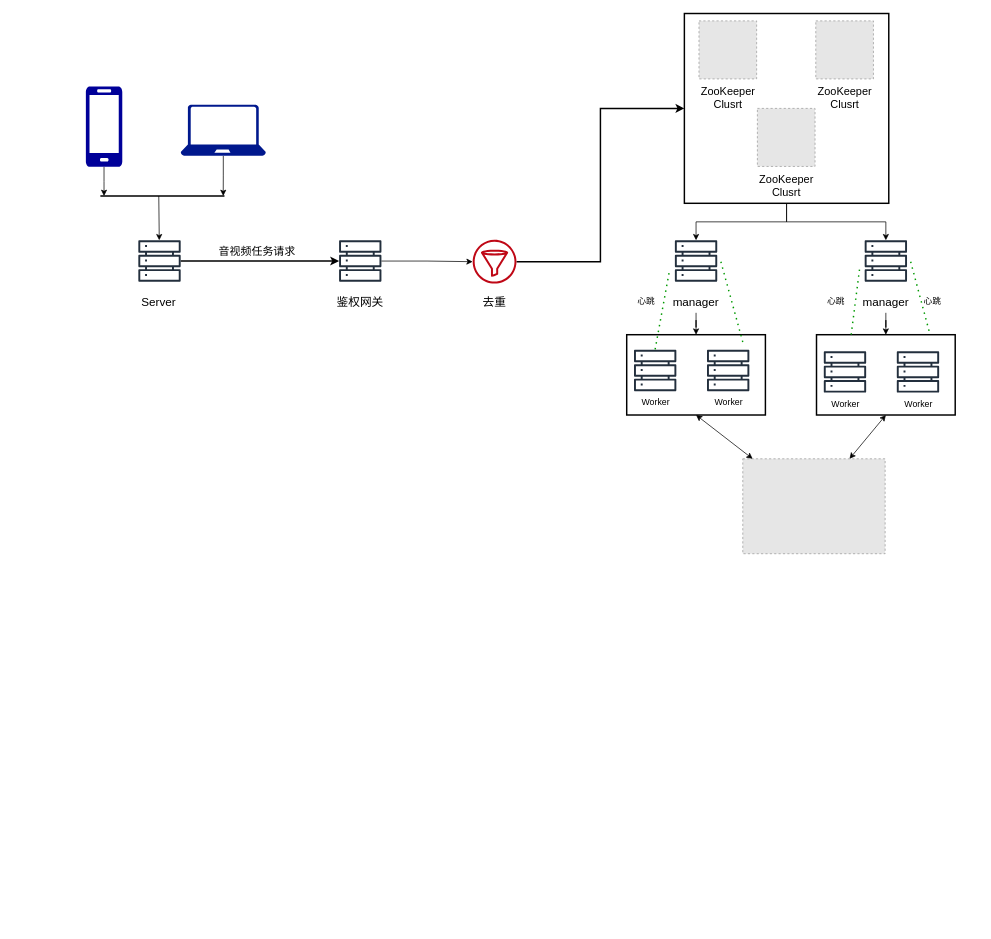
Earlier version of the draw.io diagram 未命名绘图.drawio (Chuhan1112/Chuhan1112.github.io). Source tidied: cells renumbered, new cells numbered last; positions are measured from the earlier drawing's top-left corner, leaving out a move shared by most shapes. Both pictures are drawn from the tidied source at 73%, with x=0, y=0 at pixel (85, 13). Pictures stored in the file or linked from it are replaced by grey dashed boxes.
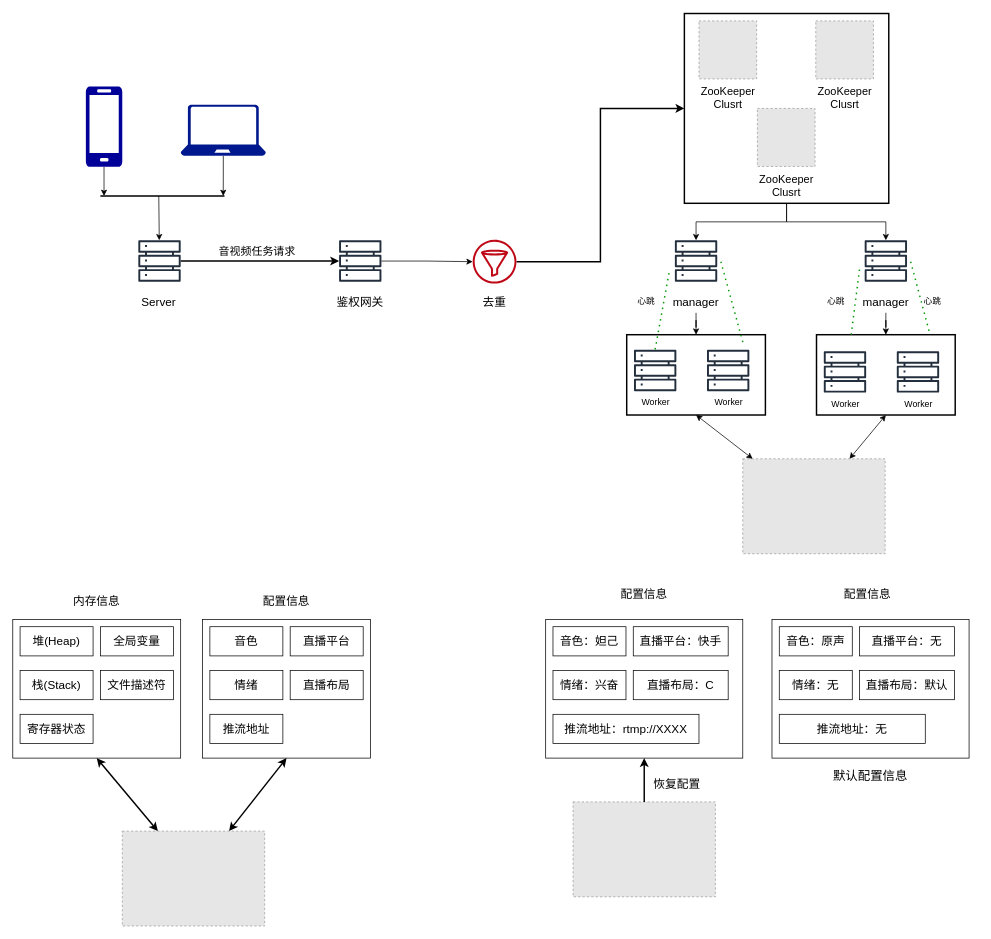
The same diagram, later.

Commit message:
更新未命名绘图.drawio

Diff of the diagram source:
```diff
@@
+    <mxCell id="66" value="&lt;font style=&quot;font-size: 16px;&quot;&gt;内存信息&lt;/font&gt;" style="text;html=1;strokeColor=none;fillColor=none;align=center;verticalAlign=middle;whiteSpace=wrap;rounded=0;" parent="1" vertex="1">
+      <mxGeometry x="-25" y="790" width="80" height="30" as="geometry" />
+    </mxCell>
+    <mxCell id="67" value="&lt;font style=&quot;font-size: 16px;&quot;&gt;配置信息&lt;/font&gt;" style="text;html=1;strokeColor=none;fillColor=none;align=center;verticalAlign=middle;whiteSpace=wrap;rounded=0;" parent="1" vertex="1">
+      <mxGeometry x="235" y="790" width="80" height="30" as="geometry" />
+    </mxCell>
+    <mxCell id="68" style="rounded=0;whiteSpace=wrap;html=1;" parent="1" vertex="1">
+      <mxGeometry x="-100" y="830" width="230" height="190" as="geometry" />
+    </mxCell>
+    <mxCell id="69" value="&lt;font style=&quot;font-size: 16px;&quot;&gt;堆(Heap)&lt;/font&gt;" style="rounded=0;whiteSpace=wrap;html=1;" parent="1" vertex="1">
+      <mxGeometry x="-90" y="840" width="100" height="40" as="geometry" />
+    </mxCell>
+    <mxCell id="70" value="&lt;span style=&quot;font-size: 16px;&quot;&gt;栈(Stack)&lt;/span&gt;" style="rounded=0;whiteSpace=wrap;html=1;" parent="1" vertex="1">
+      <mxGeometry x="-90" y="900" width="100" height="40" as="geometry" />
+    </mxCell>
+    <mxCell id="71" value="&lt;span style=&quot;font-size: 16px;&quot;&gt;寄存器状态&lt;/span&gt;" style="rounded=0;whiteSpace=wrap;html=1;" parent="1" vertex="1">
+      <mxGeometry x="-90" y="960" width="100" height="40" as="geometry" />
+    </mxCell>
+    <mxCell id="72" value="&lt;font style=&quot;font-size: 16px;&quot;&gt;全局变量&lt;/font&gt;" style="rounded=0;whiteSpace=wrap;html=1;" parent="1" vertex="1">
+      <mxGeometry x="20" y="840" width="100" height="40" as="geometry" />
+    </mxCell>
+    <mxCell id="73" value="&lt;font style=&quot;font-size: 16px;&quot;&gt;文件描述符&lt;/font&gt;" style="rounded=0;whiteSpace=wrap;html=1;" parent="1" vertex="1">
+      <mxGeometry x="20" y="900" width="100" height="40" as="geometry" />
+    </mxCell>
+    <mxCell id="74" style="rounded=0;whiteSpace=wrap;html=1;" parent="1" vertex="1">
+      <mxGeometry x="160" y="830" width="230" height="190" as="geometry" />
+    </mxCell>
+    <mxCell id="75" value="&lt;font style=&quot;font-size: 16px;&quot;&gt;音色&lt;/font&gt;" style="rounded=0;whiteSpace=wrap;html=1;" parent="1" vertex="1">
+      <mxGeometry x="170" y="840" width="100" height="40" as="geometry" />
+    </mxCell>
+    <mxCell id="76" value="&lt;span style=&quot;font-size: 16px;&quot;&gt;情绪&lt;/span&gt;" style="rounded=0;whiteSpace=wrap;html=1;" parent="1" vertex="1">
+      <mxGeometry x="170" y="900" width="100" height="40" as="geometry" />
+    </mxCell>
+    <mxCell id="77" value="&lt;span style=&quot;font-size: 16px;&quot;&gt;推流地址&lt;/span&gt;" style="rounded=0;whiteSpace=wrap;html=1;" parent="1" vertex="1">
+      <mxGeometry x="170" y="960" width="100" height="40" as="geometry" />
+    </mxCell>
+    <mxCell id="78" value="&lt;font style=&quot;font-size: 16px;&quot;&gt;直播平台&lt;/font&gt;" style="rounded=0;whiteSpace=wrap;html=1;" parent="1" vertex="1">
+      <mxGeometry x="280" y="840" width="100" height="40" as="geometry" />
+    </mxCell>
+    <mxCell id="79" value="&lt;font style=&quot;font-size: 16px;&quot;&gt;直播布局&lt;/font&gt;" style="rounded=0;whiteSpace=wrap;html=1;" parent="1" vertex="1">
+      <mxGeometry x="280" y="900" width="100" height="40" as="geometry" />
+    </mxCell>
+    <mxCell id="80" style="fillColor=#E6E6E6;strokeColor=#999999;dashed=1;verticalLabelPosition=bottom;labelBackgroundColor=default;verticalAlign=top;" parent="1" vertex="1">
+      <mxGeometry x="50" y="1120" width="195" height="130" as="geometry" />
+    </mxCell>
+    <mxCell id="81" style="endArrow=classic;startArrow=classic;html=1;rounded=0;exitX=0.25;exitY=0;exitDx=0;exitDy=0;entryX=0.5;entryY=1;entryDx=0;entryDy=0;strokeWidth=2;" parent="1" edge="1" source="80" target="68">
+      <mxGeometry relative="1" as="geometry" />
+    </mxCell>
+    <mxCell id="82" style="endArrow=classic;startArrow=classic;html=1;rounded=0;exitX=0.75;exitY=0;exitDx=0;exitDy=0;entryX=0.5;entryY=1;entryDx=0;entryDy=0;strokeWidth=2;" parent="1" edge="1" source="80" target="74">
+      <mxGeometry relative="1" as="geometry" />
+    </mxCell>
+    <mxCell id="83" value="&lt;font style=&quot;font-size: 16px;&quot;&gt;配置信息&lt;/font&gt;" style="text;html=1;strokeColor=none;fillColor=none;align=center;verticalAlign=middle;whiteSpace=wrap;rounded=0;" parent="1" vertex="1">
+      <mxGeometry x="725" y="780" width="80" height="30" as="geometry" />
+    </mxCell>
+    <mxCell id="84" style="rounded=0;whiteSpace=wrap;html=1;" parent="1" vertex="1">
+      <mxGeometry x="630" y="830" width="270" height="190" as="geometry" />
+    </mxCell>
+    <mxCell id="85" value="&lt;font style=&quot;font-size: 16px;&quot;&gt;音色：妲己&lt;/font&gt;" style="rounded=0;whiteSpace=wrap;html=1;" parent="1" vertex="1">
+      <mxGeometry x="640" y="840" width="100" height="40" as="geometry" />
+    </mxCell>
+    <mxCell id="86" value="&lt;span style=&quot;font-size: 16px;&quot;&gt;情绪：兴奋&lt;/span&gt;" style="rounded=0;whiteSpace=wrap;html=1;" parent="1" vertex="1">
+      <mxGeometry x="640" y="900" width="100" height="40" as="geometry" />
+    </mxCell>
+    <mxCell id="87" value="&lt;span style=&quot;font-size: 16px;&quot;&gt;推流地址：rtmp://XXXX&lt;/span&gt;" style="rounded=0;whiteSpace=wrap;html=1;" parent="1" vertex="1">
+      <mxGeometry x="640" y="960" width="200" height="40" as="geometry" />
+    </mxCell>
+    <mxCell id="88" value="&lt;font style=&quot;font-size: 16px;&quot;&gt;直播平台：快手&lt;/font&gt;" style="rounded=0;whiteSpace=wrap;html=1;" parent="1" vertex="1">
+      <mxGeometry x="750" y="840" width="130" height="40" as="geometry" />
+    </mxCell>
+    <mxCell id="89" value="&lt;font style=&quot;font-size: 16px;&quot;&gt;直播布局：C&lt;/font&gt;" style="rounded=0;whiteSpace=wrap;html=1;" parent="1" vertex="1">
+      <mxGeometry x="750" y="900" width="130" height="40" as="geometry" />
+    </mxCell>
+    <mxCell id="90" value="&lt;font style=&quot;font-size: 16px;&quot;&gt;配置信息&lt;/font&gt;" style="text;html=1;strokeColor=none;fillColor=none;align=center;verticalAlign=middle;whiteSpace=wrap;rounded=0;" parent="1" vertex="1">
+      <mxGeometry x="1031" y="780" width="80" height="30" as="geometry" />
+    </mxCell>
+    <mxCell id="91" style="rounded=0;whiteSpace=wrap;html=1;" parent="1" vertex="1">
+      <mxGeometry x="940" y="830" width="270" height="190" as="geometry" />
+    </mxCell>
+    <mxCell id="92" value="&lt;font style=&quot;font-size: 16px;&quot;&gt;音色：原声&lt;/font&gt;" style="rounded=0;whiteSpace=wrap;html=1;" parent="1" vertex="1">
+      <mxGeometry x="950" y="840" width="100" height="40" as="geometry" />
+    </mxCell>
+    <mxCell id="93" value="&lt;span style=&quot;font-size: 16px;&quot;&gt;情绪：无&lt;/span&gt;" style="rounded=0;whiteSpace=wrap;html=1;" parent="1" vertex="1">
+      <mxGeometry x="950" y="900" width="100" height="40" as="geometry" />
+    </mxCell>
+    <mxCell id="94" value="&lt;span style=&quot;font-size: 16px;&quot;&gt;推流地址：无&lt;/span&gt;" style="rounded=0;whiteSpace=wrap;html=1;" parent="1" vertex="1">
+      <mxGeometry x="950" y="960" width="200" height="40" as="geometry" />
+    </mxCell>
+    <mxCell id="95" value="&lt;font style=&quot;font-size: 16px;&quot;&gt;直播平台：无&lt;/font&gt;" style="rounded=0;whiteSpace=wrap;html=1;" parent="1" vertex="1">
+      <mxGeometry x="1060" y="840" width="130" height="40" as="geometry" />
+    </mxCell>
+    <mxCell id="96" value="&lt;font style=&quot;font-size: 16px;&quot;&gt;直播布局：默认&lt;/font&gt;" style="rounded=0;whiteSpace=wrap;html=1;" parent="1" vertex="1">
+      <mxGeometry x="1060" y="900" width="130" height="40" as="geometry" />
+    </mxCell>
+    <mxCell id="97" style="fillColor=#E6E6E6;strokeColor=#999999;dashed=1;verticalLabelPosition=bottom;labelBackgroundColor=default;verticalAlign=top;" parent="1" vertex="1">
+      <mxGeometry x="667.5" y="1080" width="195" height="130" as="geometry" />
+    </mxCell>
+    <mxCell id="98" style="endArrow=classic;html=1;rounded=0;exitX=0.5;exitY=0;exitDx=0;exitDy=0;entryX=0.5;entryY=1;entryDx=0;entryDy=0;strokeWidth=2;" parent="1" edge="1" source="97" target="84">
+      <mxGeometry relative="1" as="geometry" />
+    </mxCell>
+    <mxCell id="99" value="&lt;font style=&quot;font-size: 17px;&quot;&gt;默认配置信息&lt;/font&gt;" style="text;html=1;strokeColor=none;fillColor=none;align=center;verticalAlign=middle;whiteSpace=wrap;rounded=0;" parent="1" vertex="1">
+      <mxGeometry x="1020" y="1030" width="110" height="30" as="geometry" />
+    </mxCell>
+    <mxCell id="100" value="&lt;font style=&quot;font-size: 16px;&quot;&gt;恢复配置&lt;/font&gt;" style="text;html=1;strokeColor=none;fillColor=none;align=center;verticalAlign=middle;whiteSpace=wrap;rounded=0;" parent="1" vertex="1">
+      <mxGeometry x="770" y="1040" width="80" height="30" as="geometry" />
+    </mxCell>
```
